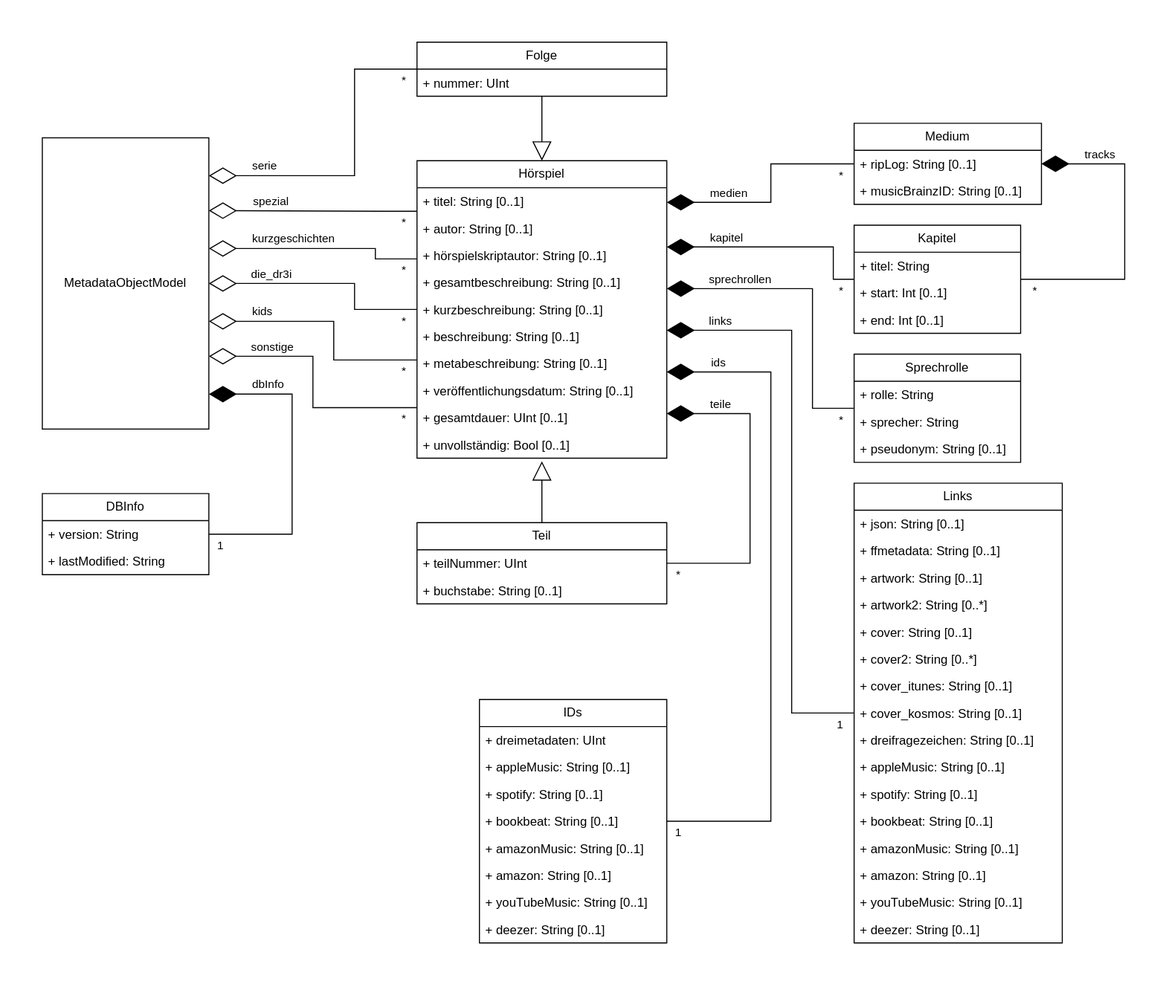
The draw.io diagram model/objectModel.svg in YourMJK/dreimetadaten, before a commit. Source tidied: cells renumbered, new cells last; positions are measured from the earlier drawing's top-left corner, leaving out a move shared by most shapes.
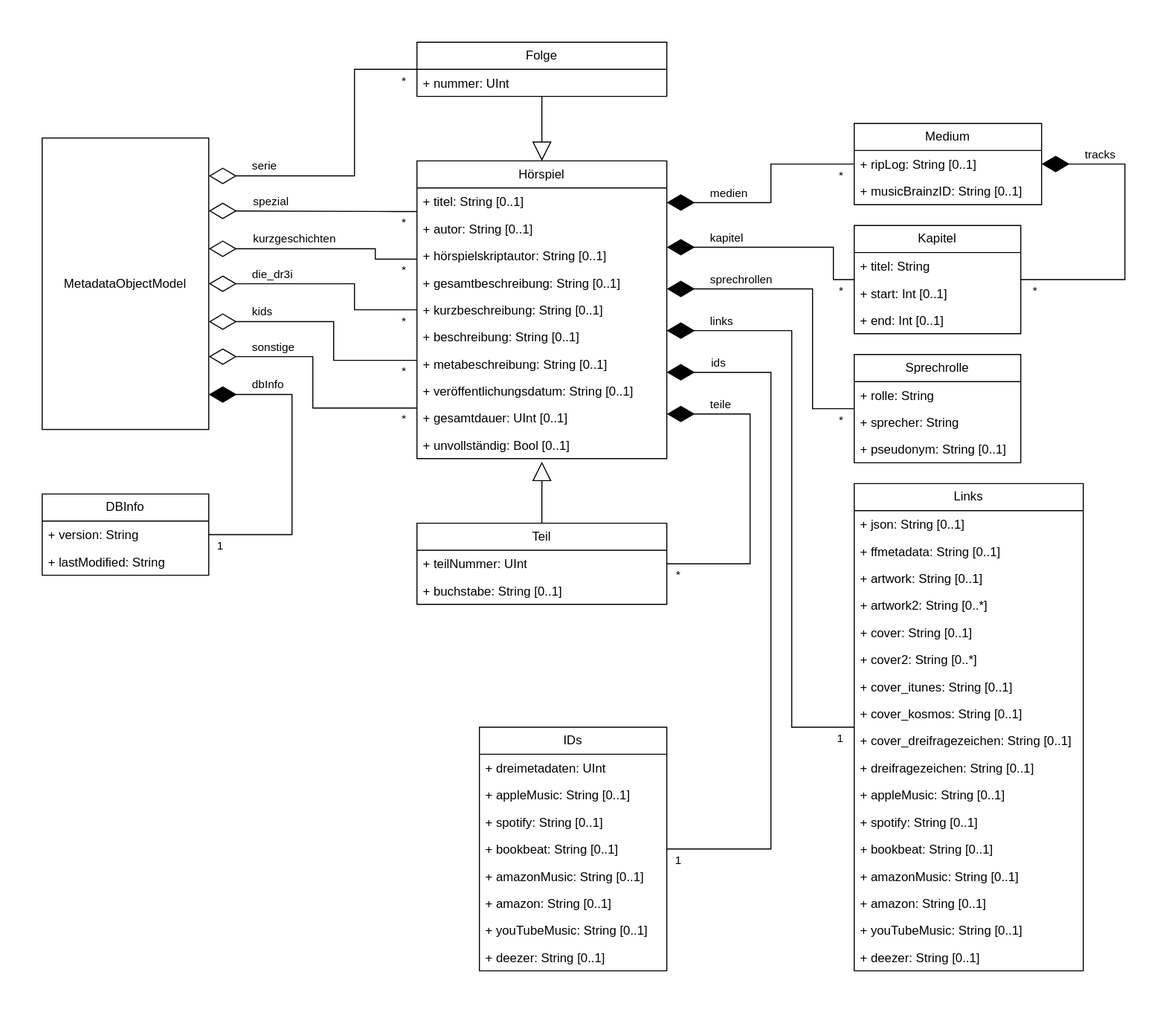
After the change.

Commit message:
code: Added dreifragezeichen.de cover URLs to models

What changed in the source:
```diff
@@ -263,55 +263,58 @@
       <mxGeometry relative="1" as="geometry" />
     </mxCell>
     <mxCell id="62" value="Links" style="swimlane;fontStyle=0;horizontal=1;startSize=26;fillColor=none;whiteSpace=wrap;html=1;" parent="1" vertex="1">
-      <mxGeometry x="780" y="424" width="200" height="442" as="geometry" />
+      <mxGeometry x="780" y="424" width="220" height="468" as="geometry" />
     </mxCell>
     <mxCell id="63" value="+ json: String [0..1]" style="text;strokeColor=none;fillColor=none;align=left;verticalAlign=top;spacingLeft=4;spacingRight=4;overflow=hidden;whiteSpace=wrap;html=1;" parent="62" vertex="1">
-      <mxGeometry y="26" width="200" height="26" as="geometry" />
+      <mxGeometry y="26" width="220" height="26" as="geometry" />
     </mxCell>
     <mxCell id="64" value="+ ffmetadata: String [0..1]" style="text;strokeColor=none;fillColor=none;align=left;verticalAlign=top;spacingLeft=4;spacingRight=4;overflow=hidden;whiteSpace=wrap;html=1;" parent="62" vertex="1">
-      <mxGeometry y="52" width="200" height="26" as="geometry" />
+      <mxGeometry y="52" width="220" height="26" as="geometry" />
     </mxCell>
     <mxCell id="65" value="+ artwork: String [0..1]" style="text;strokeColor=none;fillColor=none;align=left;verticalAlign=top;spacingLeft=4;spacingRight=4;overflow=hidden;whiteSpace=wrap;html=1;" parent="62" vertex="1">
-      <mxGeometry y="78" width="200" height="26" as="geometry" />
+      <mxGeometry y="78" width="220" height="26" as="geometry" />
     </mxCell>
     <mxCell id="66" value="+ artwork2: String [0..*]" style="text;strokeColor=none;fillColor=none;align=left;verticalAlign=top;spacingLeft=4;spacingRight=4;overflow=hidden;whiteSpace=wrap;html=1;" parent="62" vertex="1">
-      <mxGeometry y="104" width="200" height="26" as="geometry" />
+      <mxGeometry y="104" width="220" height="26" as="geometry" />
     </mxCell>
     <mxCell id="67" value="+ cover: String [0..1]" style="text;strokeColor=none;fillColor=none;align=left;verticalAlign=top;spacingLeft=4;spacingRight=4;overflow=hidden;whiteSpace=wrap;html=1;" parent="62" vertex="1">
-      <mxGeometry y="130" width="200" height="26" as="geometry" />
+      <mxGeometry y="130" width="220" height="26" as="geometry" />
     </mxCell>
     <mxCell id="68" value="+ cover2: String [0..*]" style="text;strokeColor=none;fillColor=none;align=left;verticalAlign=top;spacingLeft=4;spacingRight=4;overflow=hidden;whiteSpace=wrap;html=1;" parent="62" vertex="1">
-      <mxGeometry y="156" width="200" height="26" as="geometry" />
+      <mxGeometry y="156" width="220" height="26" as="geometry" />
     </mxCell>
     <mxCell id="69" value="+ cover_itunes: String [0..1]" style="text;strokeColor=none;fillColor=none;align=left;verticalAlign=top;spacingLeft=4;spacingRight=4;overflow=hidden;whiteSpace=wrap;html=1;" parent="62" vertex="1">
-      <mxGeometry y="182" width="200" height="26" as="geometry" />
+      <mxGeometry y="182" width="220" height="26" as="geometry" />
     </mxCell>
     <mxCell id="70" value="+ cover_kosmos: String [0..1]" style="text;strokeColor=none;fillColor=none;align=left;verticalAlign=top;spacingLeft=4;spacingRight=4;overflow=hidden;whiteSpace=wrap;html=1;" parent="62" vertex="1">
-      <mxGeometry y="208" width="200" height="26" as="geometry" />
+      <mxGeometry y="208" width="220" height="26" as="geometry" />
     </mxCell>
+    <mxCell id="103" value="+ cover_dreifragezeichen: String [0..1]" style="text;strokeColor=none;fillColor=none;align=left;verticalAlign=top;spacingLeft=4;spacingRight=4;overflow=hidden;whiteSpace=wrap;html=1;" parent="62" vertex="1">
+      <mxGeometry y="234" width="220" height="26" as="geometry" />
+    </mxCell>
     <mxCell id="71" value="+ dreifragezeichen: String [0..1]" style="text;strokeColor=none;fillColor=none;align=left;verticalAlign=top;spacingLeft=4;spacingRight=4;overflow=hidden;whiteSpace=wrap;html=1;" parent="62" vertex="1">
-      <mxGeometry y="234" width="200" height="26" as="geometry" />
+      <mxGeometry y="260" width="220" height="26" as="geometry" />
     </mxCell>
     <mxCell id="72" value="+ appleMusic: String [0..1]" style="text;strokeColor=none;fillColor=none;align=left;verticalAlign=top;spacingLeft=4;spacingRight=4;overflow=hidden;whiteSpace=wrap;html=1;" parent="62" vertex="1">
-      <mxGeometry y="260" width="200" height="26" as="geometry" />
+      <mxGeometry y="286" width="220" height="26" as="geometry" />
     </mxCell>
     <mxCell id="73" value="+ spotify: String [0..1]" style="text;strokeColor=none;fillColor=none;align=left;verticalAlign=top;spacingLeft=4;spacingRight=4;overflow=hidden;whiteSpace=wrap;html=1;" parent="62" vertex="1">
-      <mxGeometry y="286" width="200" height="26" as="geometry" />
+      <mxGeometry y="312" width="220" height="26" as="geometry" />
     </mxCell>
     <mxCell id="74" value="+ bookbeat: String [0..1]" style="text;strokeColor=none;fillColor=none;align=left;verticalAlign=top;spacingLeft=4;spacingRight=4;overflow=hidden;whiteSpace=wrap;html=1;" parent="62" vertex="1">
-      <mxGeometry y="312" width="200" height="26" as="geometry" />
+      <mxGeometry y="338" width="220" height="26" as="geometry" />
     </mxCell>
     <mxCell id="75" value="+ amazonMusic: String [0..1]" style="text;strokeColor=none;fillColor=none;align=left;verticalAlign=top;spacingLeft=4;spacingRight=4;overflow=hidden;whiteSpace=wrap;html=1;" parent="62" vertex="1">
-      <mxGeometry y="338" width="200" height="26" as="geometry" />
+      <mxGeometry y="364" width="220" height="26" as="geometry" />
     </mxCell>
     <mxCell id="76" value="+ amazon: String [0..1]" style="text;strokeColor=none;fillColor=none;align=left;verticalAlign=top;spacingLeft=4;spacingRight=4;overflow=hidden;whiteSpace=wrap;html=1;" parent="62" vertex="1">
-      <mxGeometry y="364" width="200" height="26" as="geometry" />
+      <mxGeometry y="390" width="220" height="26" as="geometry" />
     </mxCell>
     <mxCell id="77" value="+ youTubeMusic: String [0..1]" style="text;strokeColor=none;fillColor=none;align=left;verticalAlign=top;spacingLeft=4;spacingRight=4;overflow=hidden;whiteSpace=wrap;html=1;" parent="62" vertex="1">
-      <mxGeometry y="390" width="200" height="26" as="geometry" />
+      <mxGeometry y="416" width="220" height="26" as="geometry" />
     </mxCell>
     <mxCell id="78" value="+ deezer: String [0..1]" style="text;strokeColor=none;fillColor=none;align=left;verticalAlign=top;spacingLeft=4;spacingRight=4;overflow=hidden;whiteSpace=wrap;html=1;" parent="62" vertex="1">
-      <mxGeometry y="416" width="200" height="26" as="geometry" />
+      <mxGeometry y="442" width="220" height="26" as="geometry" />
     </mxCell>
     <mxCell id="79" style="endArrow=diamondThin;endFill=0;endSize=24;html=1;rounded=0;edgeStyle=elbowEdgeStyle;exitX=0;exitY=0.67;exitDx=0;exitDy=0;exitPerimeter=0;entryX=1;entryY=0.63;entryDx=0;entryDy=0;entryPerimeter=0;" parent="1" edge="1" source="3" target="2">
       <mxGeometry relative="1" as="geometry">
@@ -331,7 +334,7 @@
       </mxGeometry>
     </mxCell>
     <mxCell id="82" value="IDs" style="swimlane;fontStyle=0;horizontal=1;startSize=26;fillColor=none;whiteSpace=wrap;html=1;" parent="1" vertex="1">
-      <mxGeometry x="420" y="632" width="180" height="234" as="geometry" />
+      <mxGeometry x="420" y="658" width="180" height="234" as="geometry" />
     </mxCell>
     <mxCell id="83" value="+ dreimetadaten: UInt" style="text;strokeColor=none;fillColor=none;align=left;verticalAlign=top;spacingLeft=4;spacingRight=4;overflow=hidden;whiteSpace=wrap;html=1;" parent="82" vertex="1">
       <mxGeometry y="26" width="180" height="26" as="geometry" />
```
